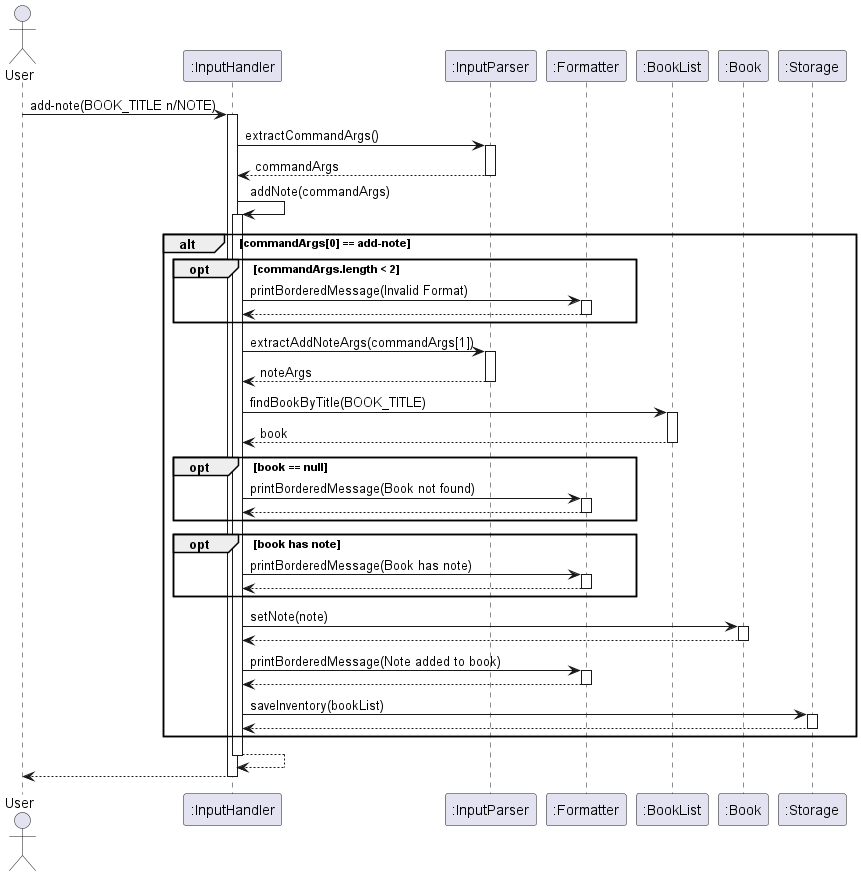
The PlantUML diagram docs/images/addNote.png in AY2425S2-CS2113-T12-2/tp, before a commit. Its diagram source:
```plantuml
@startuml
autoactivate on

actor User
participant InputHandler as ":InputHandler"
participant InputParser as ":InputParser"
participant Formatter as ":Formatter"
participant BookList as ":BookList"
participant Book as ":Book"
participant Storage as ":Storage"

User -> InputHandler : add-note(BOOK_TITLE n/NOTE)
InputHandler -> InputParser : extractCommandArgs()
return commandArgs

InputHandler -> InputHandler : addNote(commandArgs)

alt commandArgs[0] == add-note
    opt commandArgs.length < 2
        InputHandler -> Formatter : printBorderedMessage(Invalid Format)
        return
    end


    InputHandler -> InputParser : extractAddNoteArgs(commandArgs[1])
    return noteArgs

    InputHandler -> BookList : findBookByTitle(BOOK_TITLE)
    return book

    opt book == null
        InputHandler -> Formatter : printBorderedMessage(Book not found)
        return
    end

    opt book has note
        InputHandler -> Formatter : printBorderedMessage(Book has note)
        return
    end

    InputHandler -> Book : setNote(note)
    return

    InputHandler -> Formatter : printBorderedMessage(Note added to book)
    return

    InputHandler -> Storage : saveInventory(bookList)
    return
end

return
return
@enduml
```
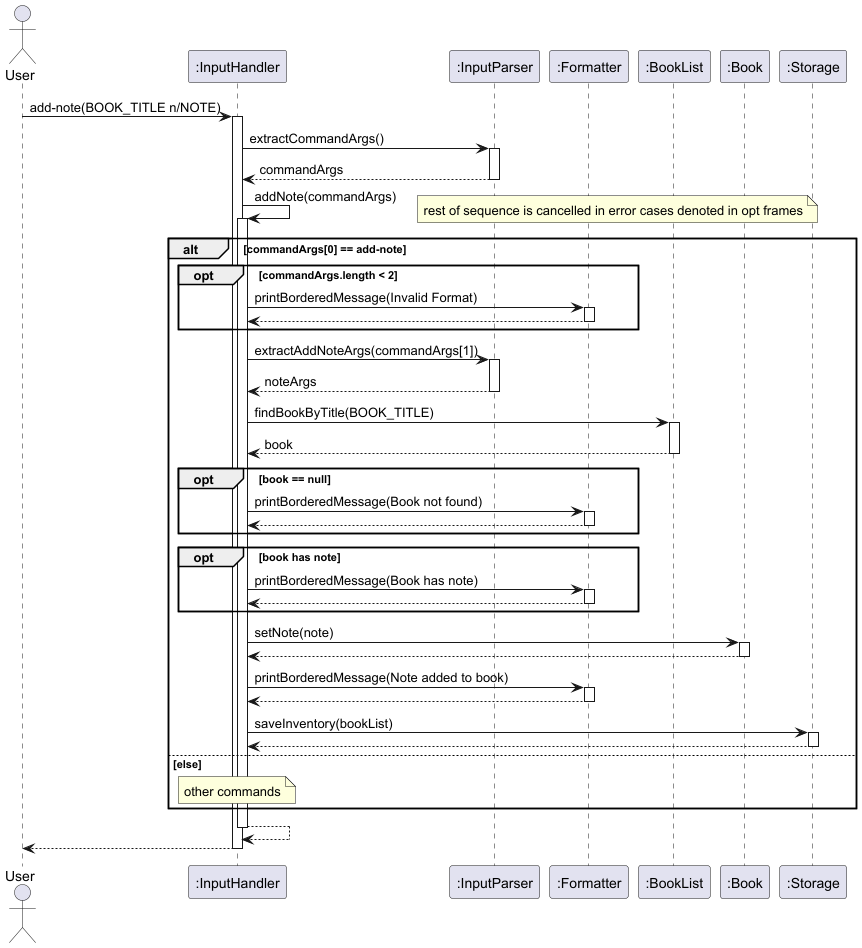
The same file after the commit.

Change to the diagram source:
```diff
@@ -17,6 +17,9 @@
 
 alt commandArgs[0] == add-note
     opt commandArgs.length < 2
+        note right
+        rest of sequence is cancelled in error cases denoted in opt frames
+        end note
         InputHandler -> Formatter : printBorderedMessage(Invalid Format)
         return
     end
@@ -46,8 +49,13 @@
 
     InputHandler -> Storage : saveInventory(bookList)
     return
+
+else else
+note over InputHandler : other commands
+
 end
 
 return
 return
+
 @enduml
```
